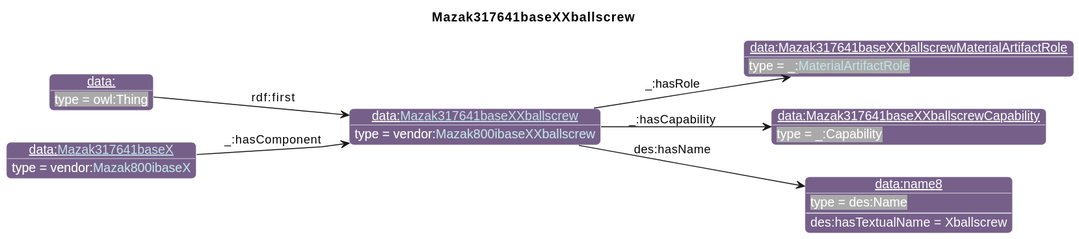
The PlantUML diagram diagrams/Mazak317641baseXXballscrew.svg in iofoundry/example-syseng-mtconnect, before a commit.
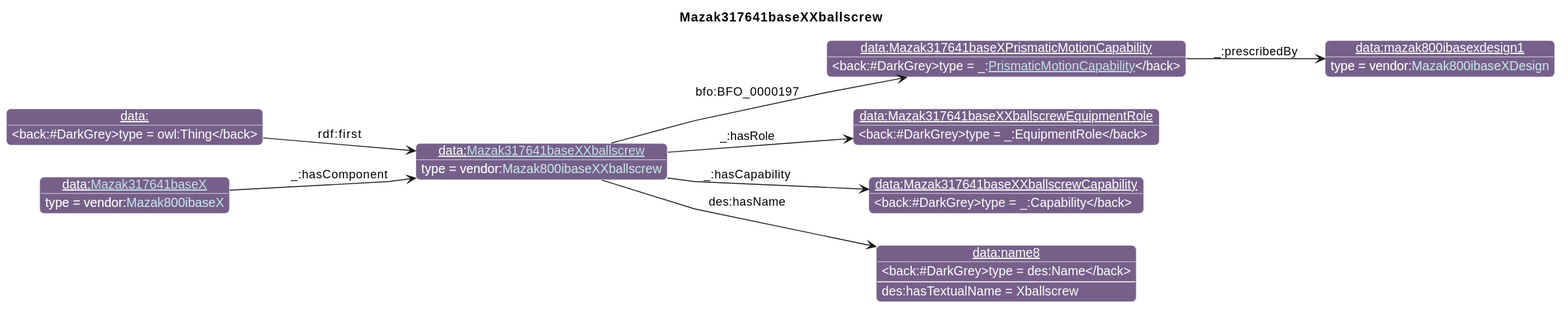
Above is the later version.

Change to the diagram source:
```diff
@@ -26,15 +26,19 @@
                       "qp":"641B2E"
       }
 individual(o0, data:[[./Mazak317641baseXXballscrew.html Mazak317641baseXXballscrew]], vendor:[[../Mazak.html#Mazak800ibaseXXballscrew Mazak800ibaseXXballscrew]])
-individual(o1, data:Mazak317641baseXXballscrewMaterialArtifactRole, _:[[../MTConnect.html#MaterialArtifactRole MaterialArtifactRole]])
-individual(o2, data:Mazak317641baseXXballscrewCapability, _:Capability)
-individual(o3, data:name8, des:Name)
-individual(o4, data:, owl:Thing)
-individual(o5, data:[[./Mazak317641baseX.html Mazak317641baseX]], vendor:[[../Mazak.html#Mazak800ibaseX Mazak800ibaseX]])
-property(o0, "_:hasRole", o1)
-property(o0, "_:hasCapability", o2)
-property(o0, "des:hasName", o3)
-data(o3, "des:hasTextualName", "Xballscrew")
-property(o4, "rdf:first", o0)
-property(o5, "_:hasComponent", o0)
+individual(o1, data:Mazak317641baseXPrismaticMotionCapability, _:[[../MTConnect.html#PrismaticMotionCapability PrismaticMotionCapability]])
+individual(o2, data:mazak800ibasexdesign1, vendor:[[../Mazak.html#Mazak800ibaseXDesign Mazak800ibaseXDesign]])
+individual(o3, data:Mazak317641baseXXballscrewEquipmentRole, _:EquipmentRole)
+individual(o4, data:Mazak317641baseXXballscrewCapability, _:Capability)
+individual(o5, data:name8, des:Name)
+individual(o6, data:, owl:Thing)
+individual(o7, data:[[./Mazak317641baseX.html Mazak317641baseX]], vendor:[[../Mazak.html#Mazak800ibaseX Mazak800ibaseX]])
+property(o0, "bfo:BFO_0000197", o1)
+property(o1, "_:prescribedBy", o2)
+property(o0, "_:hasRole", o3)
+property(o0, "_:hasCapability", o4)
+property(o0, "des:hasName", o5)
+data(o5, "des:hasTextualName", "Xballscrew")
+property(o6, "rdf:first", o0)
+property(o7, "_:hasComponent", o0)
 @enduml
```
